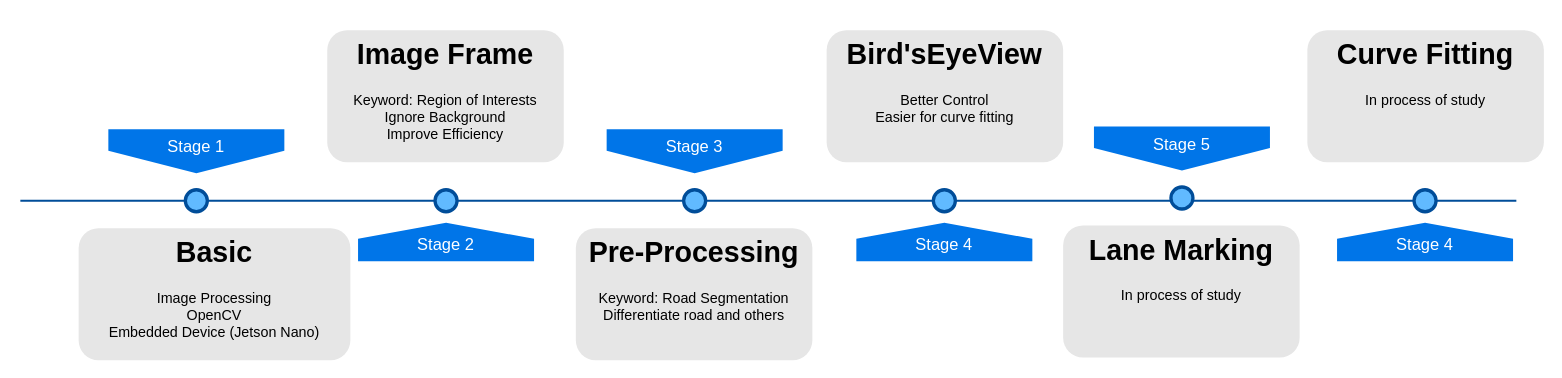
The draw.io diagram docs/Development Planning/Plan.drawio in hphnngcquan/LaneDetection-OpenCV, before the edit. Source tidied: cells renumbered, new cells numbered last; positions are measured from the earlier drawing's top-left corner, leaving out a move shared by most shapes. Both pictures are drawn from the tidied source at 110%, with x=0, y=0 at pixel (20, 30).
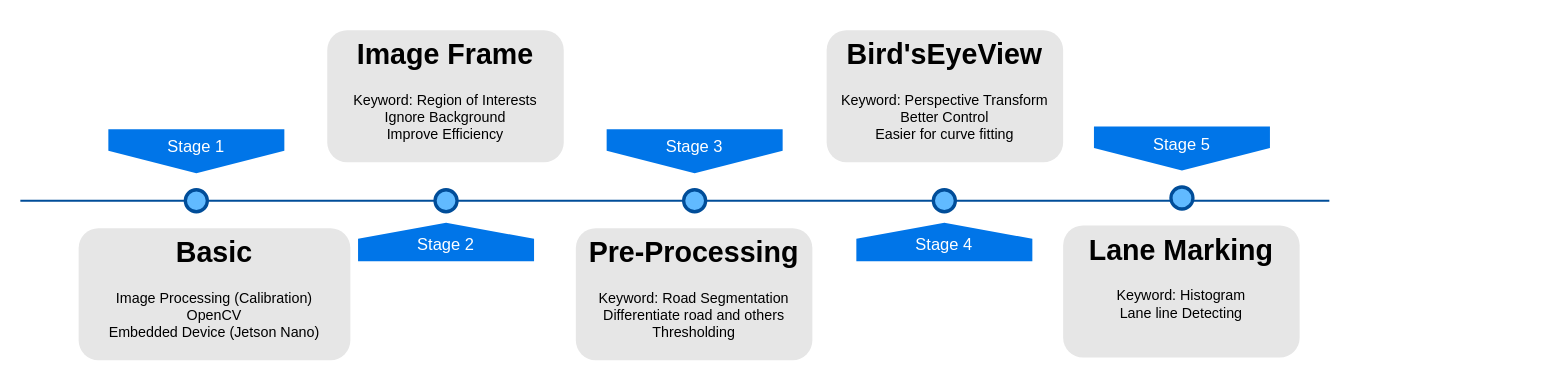
The same page after the edit.

Change to the diagram source:
```diff
@@
     <mxCell id="2" style="line;strokeWidth=2;html=1;fillColor=none;fontSize=28;fontColor=#004D99;strokeColor=#004D99;" parent="1" vertex="1">
-      <mxGeometry y="150" width="1360" height="10" as="geometry" />
+      <mxGeometry y="150" width="1190" height="10" as="geometry" />
     </mxCell>
@@
-    <mxCell id="11" value="&lt;h1&gt;Basic&lt;/h1&gt;&lt;div&gt;Image Processing&lt;/div&gt;&lt;div&gt;OpenCV&lt;/div&gt;&lt;div&gt;Embedded Device (Jetson Nano)&lt;/div&gt;&lt;div&gt;&lt;br&gt;&lt;/div&gt;" style="text;html=1;spacing=5;spacingTop=-20;whiteSpace=wrap;overflow=hidden;strokeColor=none;strokeWidth=3;fillColor=#E6E6E6;fontSize=13;fontColor=#000000;align=center;rounded=1;" parent="1" vertex="1">
+    <mxCell id="11" value="&lt;h1&gt;Basic&lt;/h1&gt;&lt;div&gt;Image Processing (Calibration)&lt;/div&gt;&lt;div&gt;OpenCV&lt;/div&gt;&lt;div&gt;Embedded Device (Jetson Nano)&lt;/div&gt;&lt;div&gt;&lt;br&gt;&lt;/div&gt;" style="text;html=1;spacing=5;spacingTop=-20;whiteSpace=wrap;overflow=hidden;strokeColor=none;strokeWidth=3;fillColor=#E6E6E6;fontSize=13;fontColor=#000000;align=center;rounded=1;" parent="1" vertex="1">
       <mxGeometry x="53" y="180" width="247" height="120" as="geometry" />
     </mxCell>
@@
-    <mxCell id="13" value="&lt;h1&gt;Pre-Processing&lt;/h1&gt;&lt;div&gt;Keyword: Road Segmentation&lt;/div&gt;&lt;div&gt;Differentiate road and others&lt;/div&gt;" style="text;html=1;spacing=5;spacingTop=-20;whiteSpace=wrap;overflow=hidden;strokeColor=none;strokeWidth=3;fillColor=#E6E6E6;fontSize=13;fontColor=#000000;align=center;rounded=1;" parent="1" vertex="1">
+    <mxCell id="13" value="&lt;h1&gt;Pre-Processing&lt;/h1&gt;&lt;div&gt;Keyword: Road Segmentation&lt;/div&gt;&lt;div&gt;Differentiate road and others&lt;/div&gt;&lt;div&gt;Thresholding&lt;/div&gt;" style="text;html=1;spacing=5;spacingTop=-20;whiteSpace=wrap;overflow=hidden;strokeColor=none;strokeWidth=3;fillColor=#E6E6E6;fontSize=13;fontColor=#000000;align=center;rounded=1;" parent="1" vertex="1">
       <mxGeometry x="505" y="180" width="215" height="120" as="geometry" />
     </mxCell>
-    <mxCell id="14" value="&lt;h1&gt;Bird'sEyeView&lt;/h1&gt;&lt;div&gt;Better Control&lt;/div&gt;&lt;div&gt;Easier for curve fitting&lt;/div&gt;" style="text;html=1;spacing=5;spacingTop=-20;whiteSpace=wrap;overflow=hidden;strokeColor=none;strokeWidth=3;fillColor=#E6E6E6;fontSize=13;fontColor=#000000;align=center;rounded=1;" parent="1" vertex="1">
+    <mxCell id="14" value="&lt;h1&gt;Bird'sEyeView&lt;/h1&gt;&lt;div&gt;Keyword: Perspective Transform&lt;/div&gt;&lt;div&gt;Better Control&lt;/div&gt;&lt;div&gt;Easier for curve fitting&lt;/div&gt;" style="text;html=1;spacing=5;spacingTop=-20;whiteSpace=wrap;overflow=hidden;strokeColor=none;strokeWidth=3;fillColor=#E6E6E6;fontSize=13;fontColor=#000000;align=center;rounded=1;" parent="1" vertex="1">
       <mxGeometry x="733" width="215" height="120" as="geometry" />
     </mxCell>
@@
-    <mxCell id="17" value="&lt;h1&gt;Lane Marking&lt;/h1&gt;&lt;div&gt;In process of study&lt;/div&gt;" style="text;html=1;spacing=5;spacingTop=-20;whiteSpace=wrap;overflow=hidden;strokeColor=none;strokeWidth=3;fillColor=#E6E6E6;fontSize=13;fontColor=#000000;align=center;rounded=1;" parent="1" vertex="1">
+    <mxCell id="17" value="&lt;h1&gt;Lane Marking&lt;/h1&gt;&lt;div&gt;Keyword: Histogram&lt;/div&gt;&lt;div&gt;Lane line Detecting&lt;/div&gt;" style="text;html=1;spacing=5;spacingTop=-20;whiteSpace=wrap;overflow=hidden;strokeColor=none;strokeWidth=3;fillColor=#E6E6E6;fontSize=13;fontColor=#000000;align=center;rounded=1;" parent="1" vertex="1">
       <mxGeometry x="948" y="177.5" width="215" height="120" as="geometry" />
     </mxCell>
-    <mxCell id="18" value="&lt;span&gt;Stage 4&lt;/span&gt;" style="shape=offPageConnector;whiteSpace=wrap;html=1;fillColor=#0075E8;fontSize=15;fontColor=#FFFFFF;size=0.4178571428571445;flipV=1;verticalAlign=bottom;strokeColor=none;spacingBottom=4;" parent="1" vertex="1">
-      <mxGeometry x="1197" y="175" width="160" height="35" as="geometry" />
-    </mxCell>
-    <mxCell id="19" style="ellipse;whiteSpace=wrap;html=1;fillColor=#61BAFF;fontSize=28;fontColor=#004D99;strokeWidth=3;strokeColor=#004D99;" parent="1" vertex="1">
-      <mxGeometry x="1267" y="145" width="20" height="20" as="geometry" />
-    </mxCell>
-    <mxCell id="20" value="&lt;h1&gt;Curve Fitting&lt;/h1&gt;&lt;div&gt;In process of study&lt;/div&gt;" style="text;html=1;spacing=5;spacingTop=-20;whiteSpace=wrap;overflow=hidden;strokeColor=none;strokeWidth=3;fillColor=#E6E6E6;fontSize=13;fontColor=#000000;align=center;rounded=1;" parent="1" vertex="1">
-      <mxGeometry x="1170" width="215" height="120" as="geometry" />
-    </mxCell>
```
